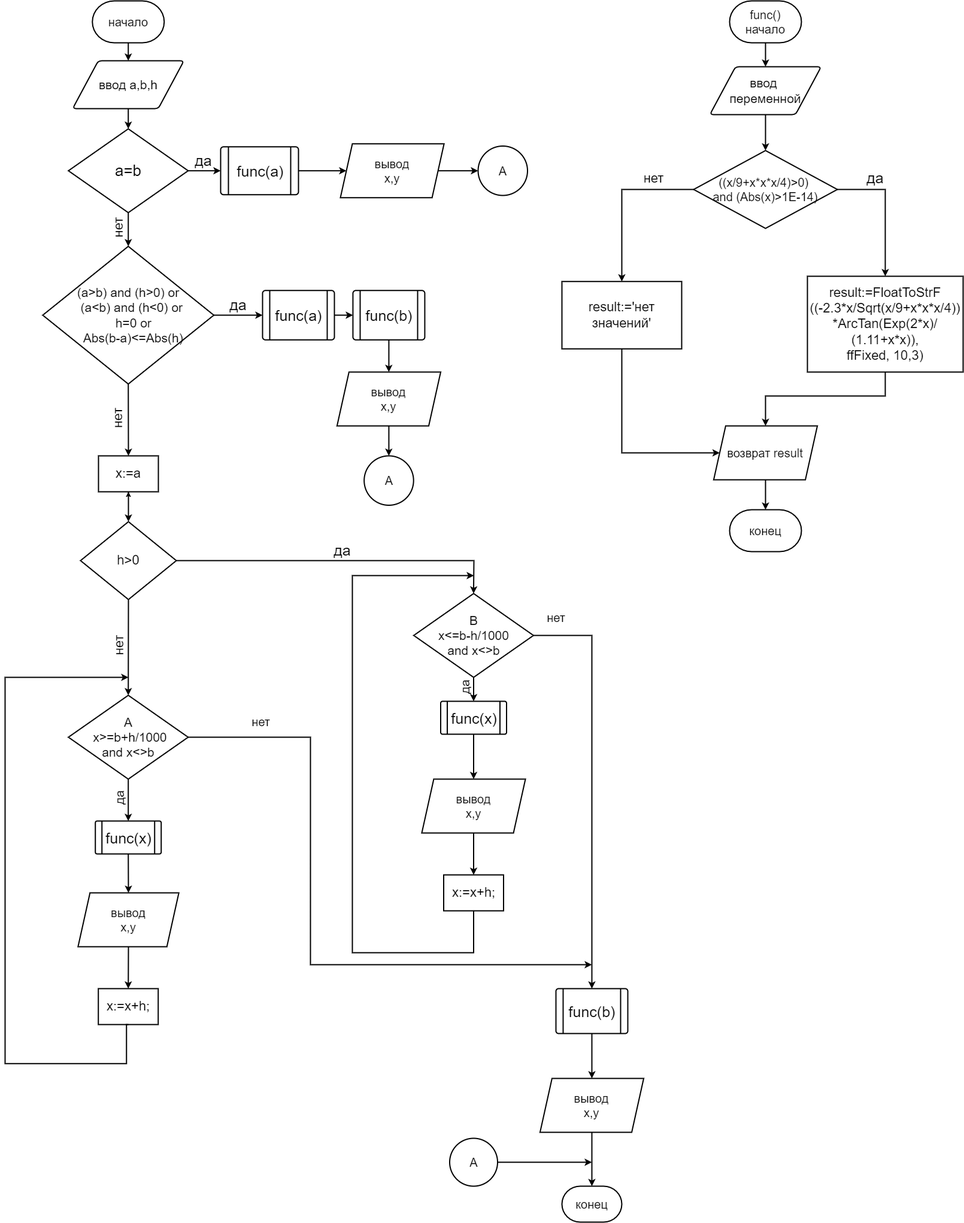
Earlier version of the draw.io export lab-1png.drawio.png (MarkOstapchuk/lab-1). Source tidied: cells renumbered, new cells last; positions are measured from the earlier drawing's top-left corner, leaving out a move shared by most shapes.
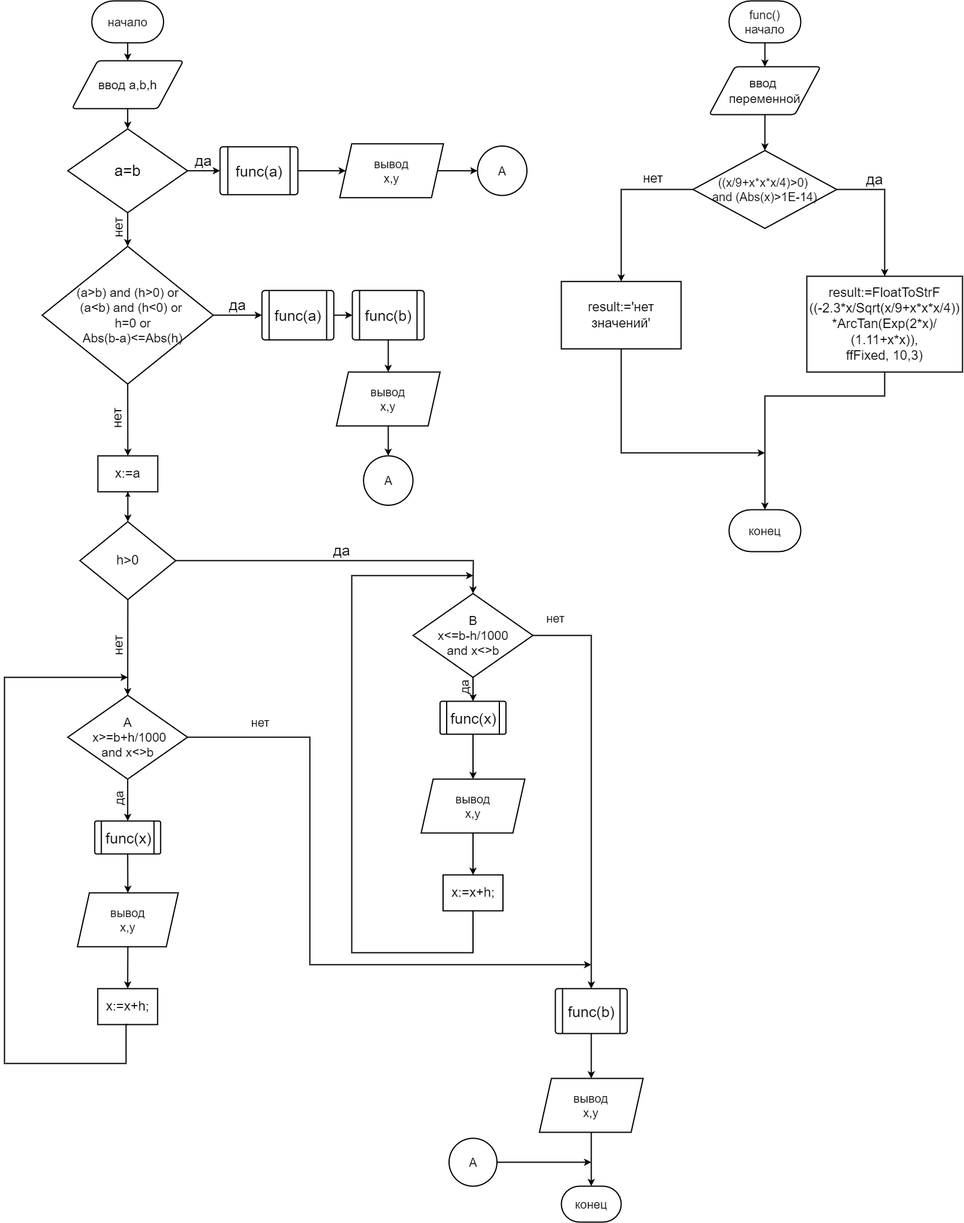
After the commit.

The edit, as a diff of the source:
```diff
@@ -210,17 +210,15 @@
     <mxCell id="60" value="result:='нет значений'" style="rounded=0;whiteSpace=wrap;html=1;absoluteArcSize=1;arcSize=14;strokeWidth=2;shadow=0;glass=0;sketch=0;fontSize=22;fillColor=default;" parent="1" vertex="1">
       <mxGeometry x="930" y="468.8" width="200" height="112.5" as="geometry" />
     </mxCell>
-    <mxCell id="61" style="endArrow=classic;html=1;rounded=0;fontSize=20;exitX=0.5;exitY=1;exitDx=0;exitDy=0;entryX=0;entryY=0.5;entryDx=0;entryDy=0;strokeWidth=2;" parent="1" edge="1" source="60" target="62">
+    <mxCell id="61" style="endArrow=classic;html=1;rounded=0;fontSize=20;exitX=0.5;exitY=1;exitDx=0;exitDy=0;strokeWidth=2;" parent="1" edge="1" source="60">
       <mxGeometry relative="1" as="geometry">
+        <mxPoint x="1270" y="755" as="targetPoint" />
         <Array as="points">
           <mxPoint x="1030" y="755" />
         </Array>
       </mxGeometry>
     </mxCell>
-    <mxCell id="62" value="возврат result" style="shape=parallelogram;perimeter=parallelogramPerimeter;whiteSpace=wrap;html=1;fixedSize=1;shadow=0;glass=0;sketch=0;strokeWidth=2;fontSize=20;fillColor=default;" parent="1" vertex="1">
-      <mxGeometry x="1183.5" y="710" width="173.1" height="90" as="geometry" />
-    </mxCell>
-    <mxCell id="63" style="endArrow=classic;html=1;rounded=0;fontSize=20;exitX=0.5;exitY=1;exitDx=0;exitDy=0;entryX=0.5;entryY=0;entryDx=0;entryDy=0;strokeWidth=2;" parent="1" edge="1" source="58" target="62">
+    <mxCell id="63" style="endArrow=classic;html=1;rounded=0;fontSize=20;exitX=0.5;exitY=1;exitDx=0;exitDy=0;entryX=0.5;entryY=0;entryDx=0;entryDy=0;strokeWidth=2;entryPerimeter=0;" parent="1" edge="1" source="58" target="65">
       <mxGeometry relative="1" as="geometry">
         <Array as="points">
           <mxPoint x="1470" y="660" />
@@ -228,9 +226,6 @@
         </Array>
       </mxGeometry>
     </mxCell>
-    <mxCell id="64" style="endArrow=classic;html=1;rounded=0;fontSize=20;exitX=0.5;exitY=1;exitDx=0;exitDy=0;entryX=0.5;entryY=0;entryDx=0;entryDy=0;entryPerimeter=0;strokeWidth=2;" parent="1" edge="1" source="62" target="65">
-      <mxGeometry relative="1" as="geometry" />
-    </mxCell>
     <mxCell id="65" value="конец" style="strokeWidth=2;html=1;shape=mxgraph.flowchart.terminator;whiteSpace=wrap;shadow=0;glass=0;sketch=0;fontSize=20;" parent="1" vertex="1">
       <mxGeometry x="1210" y="850" width="120" height="70" as="geometry" />
     </mxCell>
```
